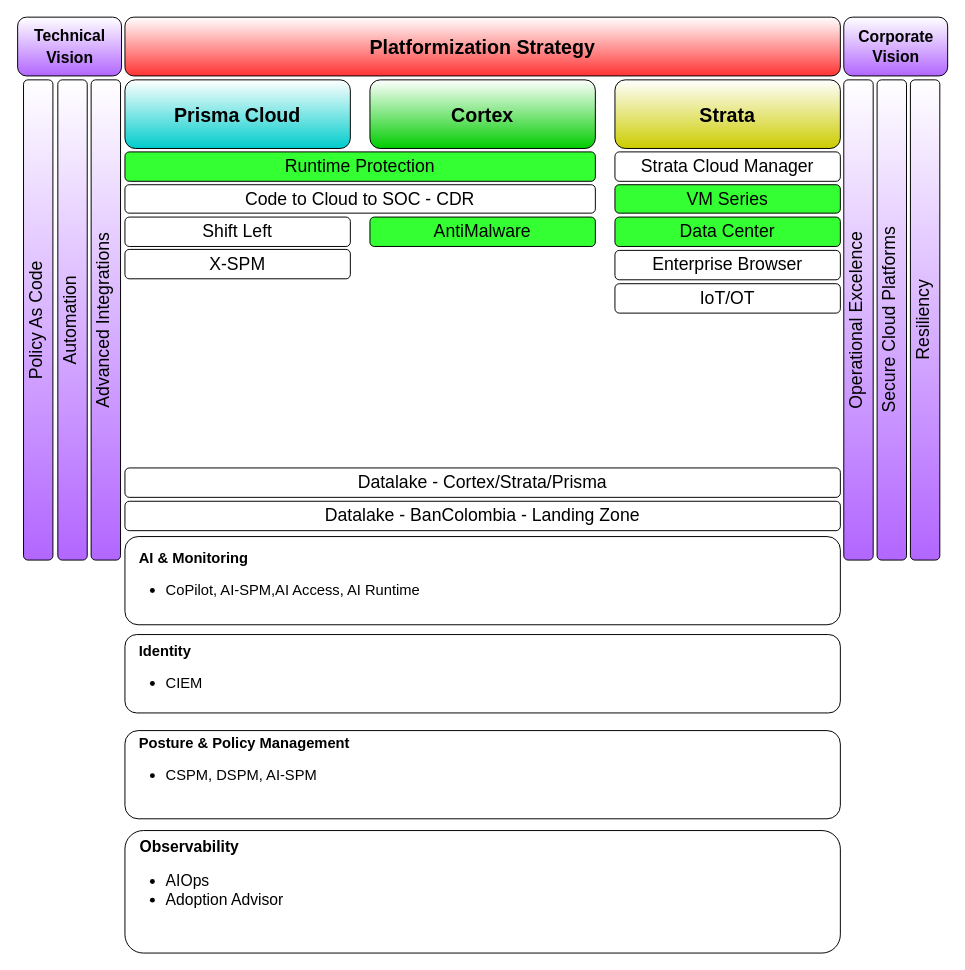
This is BanColombia.drawio from lcastrose/architecture, a draw.io file, before an edit. Source tidied: cells renumbered, new cells numbered last; positions are measured from the earlier drawing's top-left corner, leaving out a move shared by most shapes. Both pictures are drawn from the tidied source at 98%, with x=0, y=0 at pixel (17, 17).
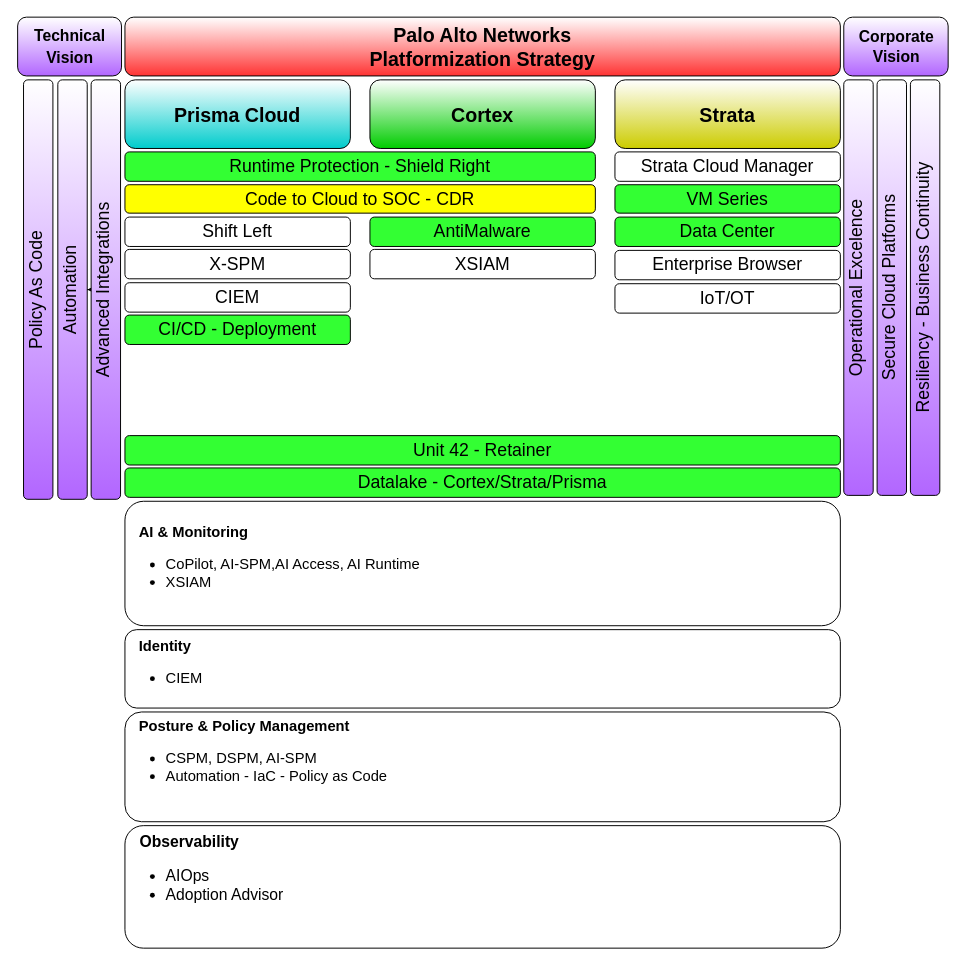
Above is the later version.

What changed in the source:
```diff
@@
-    <mxCell id="2" value="&lt;font style=&quot;font-size: 20px;&quot;&gt;Platformization Strategy&lt;/font&gt;" style="rounded=1;whiteSpace=wrap;html=1;gradientColor=#FF3333;fontStyle=1;" parent="1" vertex="1">
+    <mxCell id="2" value="&lt;div&gt;&lt;font style=&quot;font-size: 20px;&quot;&gt;Palo Alto Networks&lt;/font&gt;&lt;/div&gt;&lt;font style=&quot;font-size: 20px;&quot;&gt;Platformization Strategy&lt;/font&gt;" style="rounded=1;whiteSpace=wrap;html=1;gradientColor=#FF3333;fontStyle=1;" parent="1" vertex="1">
       <mxGeometry x="110" width="730" height="60" as="geometry" />
     </mxCell>
@@
-    <mxCell id="6" value="&lt;b&gt;&amp;nbsp; &amp;nbsp;AI &amp;amp; Monitoring&lt;/b&gt;&lt;div&gt;&lt;ul&gt;&lt;li&gt;CoPilot, AI-SPM,AI Access, AI Runtime&lt;/li&gt;&lt;/ul&gt;&lt;/div&gt;" style="rounded=1;whiteSpace=wrap;html=1;fontSize=15;align=left;" parent="1" vertex="1">
-      <mxGeometry x="110" y="530" width="730" height="90" as="geometry" />
+    <mxCell id="6" value="&lt;b&gt;&amp;nbsp; &amp;nbsp;AI &amp;amp; Monitoring&lt;/b&gt;&lt;div&gt;&lt;ul&gt;&lt;li&gt;CoPilot, AI-SPM,AI Access, AI Runtime&lt;/li&gt;&lt;li&gt;XSIAM&lt;/li&gt;&lt;/ul&gt;&lt;/div&gt;" style="rounded=1;whiteSpace=wrap;html=1;fontSize=15;align=left;" parent="1" vertex="1">
+      <mxGeometry x="110" y="494" width="730" height="127" as="geometry" />
     </mxCell>
     <mxCell id="7" value="&lt;b&gt;&amp;nbsp; &amp;nbsp;Identity&lt;/b&gt;&lt;div&gt;&lt;ul&gt;&lt;li&gt;CIEM&lt;/li&gt;&lt;/ul&gt;&lt;/div&gt;" style="rounded=1;whiteSpace=wrap;html=1;fontSize=15;align=left;" parent="1" vertex="1">
-      <mxGeometry x="110" y="630" width="730" height="80" as="geometry" />
+      <mxGeometry x="110" y="625" width="730" height="80" as="geometry" />
     </mxCell>
-    <mxCell id="8" value="&lt;b&gt;&amp;nbsp; &amp;nbsp;Posture &amp;amp; Policy Management&lt;/b&gt;&lt;div&gt;&lt;ul&gt;&lt;li&gt;CSPM, DSPM, AI-SPM&lt;/li&gt;&lt;/ul&gt;&lt;div&gt;&lt;b&gt;&lt;br&gt;&lt;/b&gt;&lt;/div&gt;&lt;/div&gt;" style="rounded=1;whiteSpace=wrap;html=1;fontSize=15;align=left;" parent="1" vertex="1">
-      <mxGeometry x="110" y="728" width="730" height="90" as="geometry" />
+    <mxCell id="8" value="&lt;b&gt;&amp;nbsp; &amp;nbsp;Posture &amp;amp; Policy Management&lt;/b&gt;&lt;div&gt;&lt;ul&gt;&lt;li&gt;CSPM, DSPM, AI-SPM&lt;/li&gt;&lt;li&gt;Automation - IaC - Policy as Code&lt;/li&gt;&lt;/ul&gt;&lt;div&gt;&lt;b&gt;&lt;br&gt;&lt;/b&gt;&lt;/div&gt;&lt;/div&gt;" style="rounded=1;whiteSpace=wrap;html=1;fontSize=15;align=left;" parent="1" vertex="1">
+      <mxGeometry x="110" y="709" width="730" height="112" as="geometry" />
     </mxCell>
     <mxCell id="9" value="&lt;b&gt;&amp;nbsp; &amp;nbsp;Observability&lt;/b&gt;&lt;div&gt;&lt;ul&gt;&lt;li&gt;AIOps&lt;/li&gt;&lt;li&gt;Adoption Advisor&lt;/li&gt;&lt;/ul&gt;&lt;/div&gt;&lt;div&gt;&lt;br&gt;&lt;/div&gt;" style="rounded=1;whiteSpace=wrap;html=1;fontSize=16;align=left;verticalAlign=top;" parent="1" vertex="1">
-      <mxGeometry x="110" y="830" width="730" height="125" as="geometry" />
+      <mxGeometry x="110" y="825" width="730" height="125" as="geometry" />
     </mxCell>
     <mxCell id="10" value="Operational Excelence" style="rounded=1;whiteSpace=wrap;html=1;rotation=-180;flipV=1;flipH=1;textDirection=vertical-lr;fontSize=18;gradientColor=#B266FF;" parent="1" vertex="1">
-      <mxGeometry x="843.5" y="64" width="30" height="490" as="geometry" />
+      <mxGeometry x="843.5" y="64" width="30" height="424" as="geometry" />
     </mxCell>
+    <mxCell id="30" style="edgeStyle=orthogonalEdgeStyle;rounded=0;jettySize=auto;html=1;" parent="1" edge="1" source="11" target="17">
+      <mxGeometry relative="1" as="geometry" />
+    </mxCell>
     <mxCell id="11" value="Advanced Integrations" style="rounded=1;whiteSpace=wrap;html=1;rotation=-180;flipV=1;flipH=1;textDirection=vertical-lr;fontSize=18;gradientColor=#B266FF;" parent="1" vertex="1">
-      <mxGeometry x="75.5" y="64" width="30" height="490" as="geometry" />
+      <mxGeometry x="75.5" y="64" width="30" height="428" as="geometry" />
     </mxCell>
-    <mxCell id="12" value="Resiliency" style="rounded=1;whiteSpace=wrap;html=1;rotation=-180;flipV=1;flipH=1;textDirection=vertical-lr;fontSize=18;gradientColor=#B266FF;" parent="1" vertex="1">
-      <mxGeometry x="911.5" y="64" width="30" height="490" as="geometry" />
+    <mxCell id="12" value="Resiliency - Business Continuity" style="rounded=1;whiteSpace=wrap;html=1;rotation=-180;flipV=1;flipH=1;textDirection=vertical-lr;fontSize=18;gradientColor=#B266FF;" parent="1" vertex="1">
+      <mxGeometry x="911.5" y="64" width="30" height="424" as="geometry" />
     </mxCell>
@@
-    <mxCell id="15" value="Code to Cloud to SOC - CDR" style="rounded=1;whiteSpace=wrap;html=1;fontSize=18;" parent="1" vertex="1">
+    <mxCell id="15" value="Code to Cloud to SOC - CDR" style="rounded=1;whiteSpace=wrap;html=1;fontSize=18;fillColor=#FFFF00;" parent="1" vertex="1">
       <mxGeometry x="110" y="171" width="480" height="29" as="geometry" />
     </mxCell>
     <mxCell id="16" value="Policy As Code" style="rounded=1;whiteSpace=wrap;html=1;rotation=-180;flipV=1;flipH=1;textDirection=vertical-lr;fontSize=18;gradientColor=#B266FF;" parent="1" vertex="1">
-      <mxGeometry x="6.5" y="64" width="30" height="490" as="geometry" />
+      <mxGeometry x="6.5" y="64" width="30" height="428" as="geometry" />
     </mxCell>
     <mxCell id="17" value="Automation" style="rounded=1;whiteSpace=wrap;html=1;rotation=-180;flipV=1;flipH=1;textDirection=vertical-lr;fontSize=18;gradientColor=#B266FF;" parent="1" vertex="1">
-      <mxGeometry x="41.5" y="64" width="30" height="490" as="geometry" />
+      <mxGeometry x="41.5" y="64" width="30" height="428" as="geometry" />
     </mxCell>
@@
-    <mxCell id="20" value="Runtime Protection" style="rounded=1;whiteSpace=wrap;html=1;fontSize=18;strokeWidth=1;strokeColor=#000000;fillColor=#33FF33;" parent="1" vertex="1">
+    <mxCell id="20" value="Runtime Protection - Shield Right" style="rounded=1;whiteSpace=wrap;html=1;fontSize=18;strokeWidth=1;strokeColor=#000000;fillColor=#33FF33;" parent="1" vertex="1">
       <mxGeometry x="110" y="137.5" width="480" height="30" as="geometry" />
     </mxCell>
@@
-    <mxCell id="23" value="Datalake - Cortex/Strata/Prisma" style="rounded=1;whiteSpace=wrap;html=1;fontSize=18;strokeWidth=1;strokeColor=#000000;" parent="1" vertex="1">
+    <mxCell id="23" value="Datalake - Cortex/Strata/Prisma" style="rounded=1;whiteSpace=wrap;html=1;fontSize=18;strokeWidth=1;strokeColor=#000000;fillColor=#33FF33;" parent="1" vertex="1">
       <mxGeometry x="110" y="460" width="730" height="30" as="geometry" />
     </mxCell>
@@
-    <mxCell id="25" value="Datalake - BanColombia - Landing Zone" style="rounded=1;whiteSpace=wrap;html=1;fontSize=18;strokeWidth=1;strokeColor=#000000;" parent="1" vertex="1">
-      <mxGeometry x="110" y="494" width="730" height="30" as="geometry" />
-    </mxCell>
     <mxCell id="26" value="Secure Cloud Platforms" style="rounded=1;whiteSpace=wrap;html=1;rotation=-180;flipV=1;flipH=1;textDirection=vertical-lr;fontSize=18;gradientColor=#B266FF;" parent="1" vertex="1">
-      <mxGeometry x="877.5" y="64" width="30" height="490" as="geometry" />
+      <mxGeometry x="877.5" y="64" width="30" height="424" as="geometry" />
     </mxCell>
     <mxCell id="27" value="&lt;font&gt;&lt;b&gt;Corporate Vision&lt;/b&gt;&lt;/font&gt;" style="rounded=1;whiteSpace=wrap;html=1;fontSize=16;gradientColor=#B266FF;" parent="1" vertex="1">
-      <mxGeometry x="843.5" width="106" height="60" as="geometry" />
+      <mxGeometry x="843.5" width="106.5" height="60" as="geometry" />
     </mxCell>
@@
+    <mxCell id="31" value="Unit 42 - Retainer" style="rounded=1;whiteSpace=wrap;html=1;fontSize=18;strokeWidth=1;strokeColor=#000000;fillColor=#33FF33;" parent="1" vertex="1">
+      <mxGeometry x="110" y="427" width="730" height="30" as="geometry" />
+    </mxCell>
+    <mxCell id="32" value="CIEM" style="rounded=1;whiteSpace=wrap;html=1;fontSize=18;" parent="1" vertex="1">
+      <mxGeometry x="110" y="271" width="230" height="30" as="geometry" />
+    </mxCell>
+    <mxCell id="33" value="CI/CD - Deployment" style="rounded=1;whiteSpace=wrap;html=1;fontSize=18;fillColor=#33FF33;" parent="1" vertex="1">
+      <mxGeometry x="110" y="304" width="230" height="30" as="geometry" />
+    </mxCell>
+    <mxCell id="34" value="XSIAM" style="rounded=1;whiteSpace=wrap;html=1;fontSize=18;" parent="1" vertex="1">
+      <mxGeometry x="360" y="237" width="230" height="30" as="geometry" />
+    </mxCell>
```
